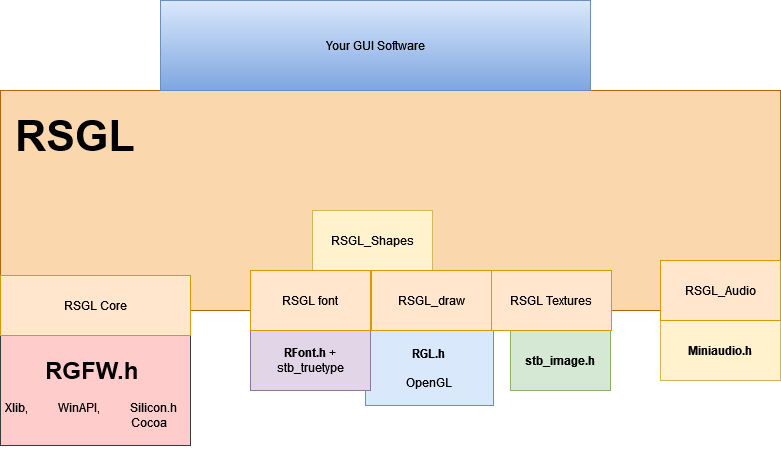
ColleagueRiley/RSGL keeps this draw.io diagram as RSGL-Architecture.png. Above is the earlier version. Source tidied: cells renumbered, new cells last; positions are measured from the earlier drawing's top-left corner, leaving out a move shared by most shapes.
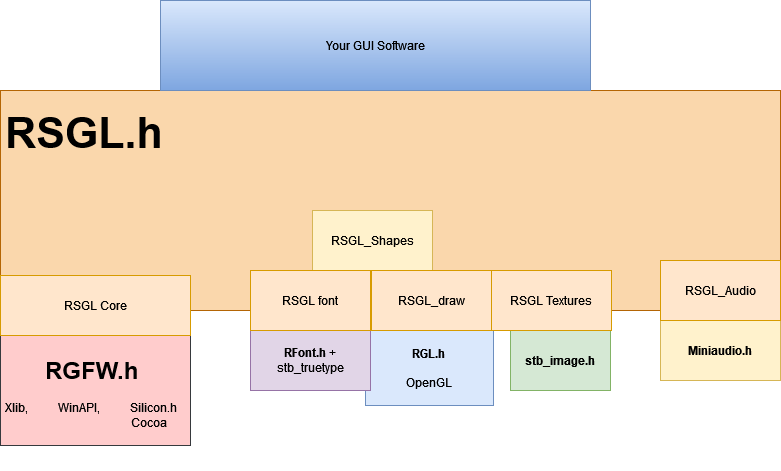
The same diagram one commit later.

Diff of the diagram source:
```diff
@@ -41,8 +41,8 @@
     <mxCell id="14" value="RSGL Textures" style="rounded=0;whiteSpace=wrap;html=1;fillColor=#ffe6cc;strokeColor=#d79b00;" parent="1" vertex="1">
       <mxGeometry x="491" y="270" width="120" height="60" as="geometry" />
     </mxCell>
-    <mxCell id="15" value="&lt;b&gt;&lt;font style=&quot;font-size: 43px;&quot;&gt;RSGL&lt;/font&gt;&lt;/b&gt;" style="text;html=1;align=center;verticalAlign=middle;whiteSpace=wrap;rounded=0;" parent="1" vertex="1">
-      <mxGeometry x="10" y="110" width="130" height="50" as="geometry" />
+    <mxCell id="15" value="&lt;b&gt;&lt;font style=&quot;font-size: 43px;&quot;&gt;RSGL.h&lt;/font&gt;&lt;/b&gt;" style="text;html=1;align=center;verticalAlign=middle;whiteSpace=wrap;rounded=0;" parent="1" vertex="1">
+      <mxGeometry x="19" y="107" width="130" height="50" as="geometry" />
     </mxCell>
     <mxCell id="16" value="Your GUI Software" style="text;html=1;align=center;verticalAlign=middle;whiteSpace=wrap;rounded=0;fillColor=#dae8fc;strokeColor=#6c8ebf;gradientColor=#7ea6e0;" parent="1" vertex="1">
       <mxGeometry x="160" width="430" height="90" as="geometry" />
```
